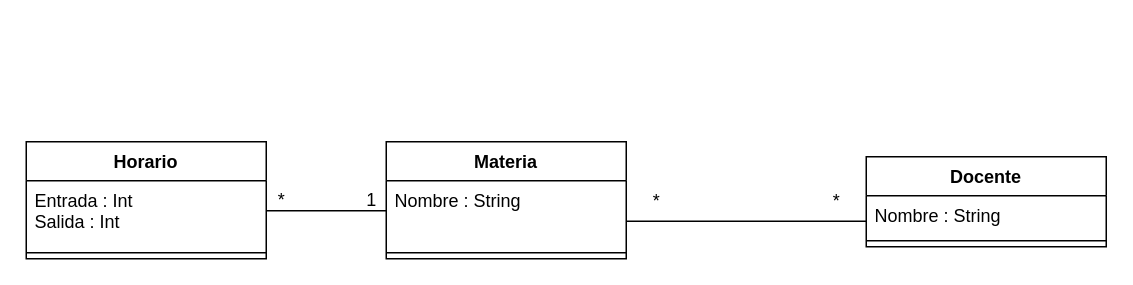
The draw.io diagram IngenieriaSoftware/Ej4Prac6.drawio in Luchit0-afk/Diagramas, before the edit. Source tidied: cells renumbered, new cells numbered last; positions are measured from the earlier drawing's top-left corner, leaving out a move shared by most shapes. Both pictures are drawn from the tidied source at 150%, with x=0, y=0 at pixel (26, 141).
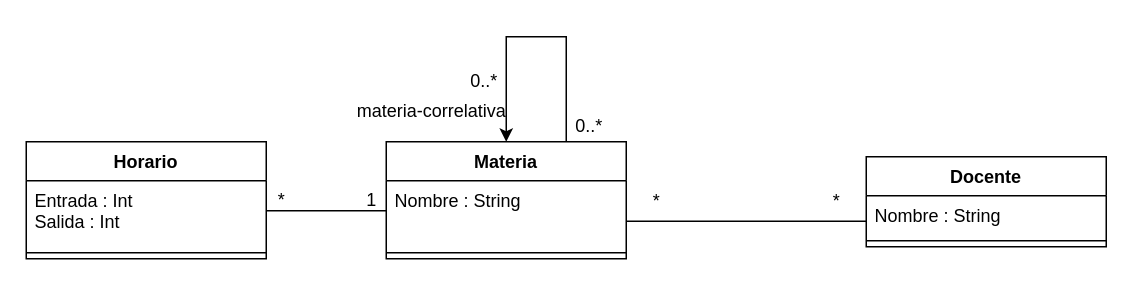
The same diagram, later.

The change refers to these unchanged cells:
```xml
<mxCell id="5" value="Materia" style="swimlane;fontStyle=1;align=center;verticalAlign=top;horizontal=1;startSize=26;" parent="1" vertex="1">
  <mxGeometry x="240" width="160" height="78" as="geometry" />
</mxCell>
```

What changed in the source:
```diff
@@
+    <mxCell id="17" style="edgeStyle=orthogonalEdgeStyle;rounded=0;orthogonalLoop=1;jettySize=auto;html=1;exitX=0.75;exitY=0;exitDx=0;exitDy=0;entryX=0.5;entryY=0;entryDx=0;entryDy=0;" parent="1" edge="1" source="5" target="5">
+      <mxGeometry relative="1" as="geometry">
+        <Array as="points">
+          <mxPoint x="360" y="-70" />
+          <mxPoint x="320" y="-70" />
+        </Array>
+      </mxGeometry>
+    </mxCell>
+    <mxCell id="18" value="0..*" style="text;html=1;align=center;verticalAlign=middle;strokeColor=none;fillColor=none;" parent="1" vertex="1">
+      <mxGeometry x="360" y="-20" width="30" height="20" as="geometry" />
+    </mxCell>
+    <mxCell id="19" value="0..*" style="text;html=1;align=center;verticalAlign=middle;strokeColor=none;fillColor=none;" parent="1" vertex="1">
+      <mxGeometry x="290" y="-50" width="30" height="20" as="geometry" />
+    </mxCell>
+    <mxCell id="20" value="materia-correlativa" style="text;html=1;align=center;verticalAlign=middle;strokeColor=none;fillColor=none;" parent="1" vertex="1">
+      <mxGeometry x="215" y="-30" width="110" height="20" as="geometry" />
+    </mxCell>
```
